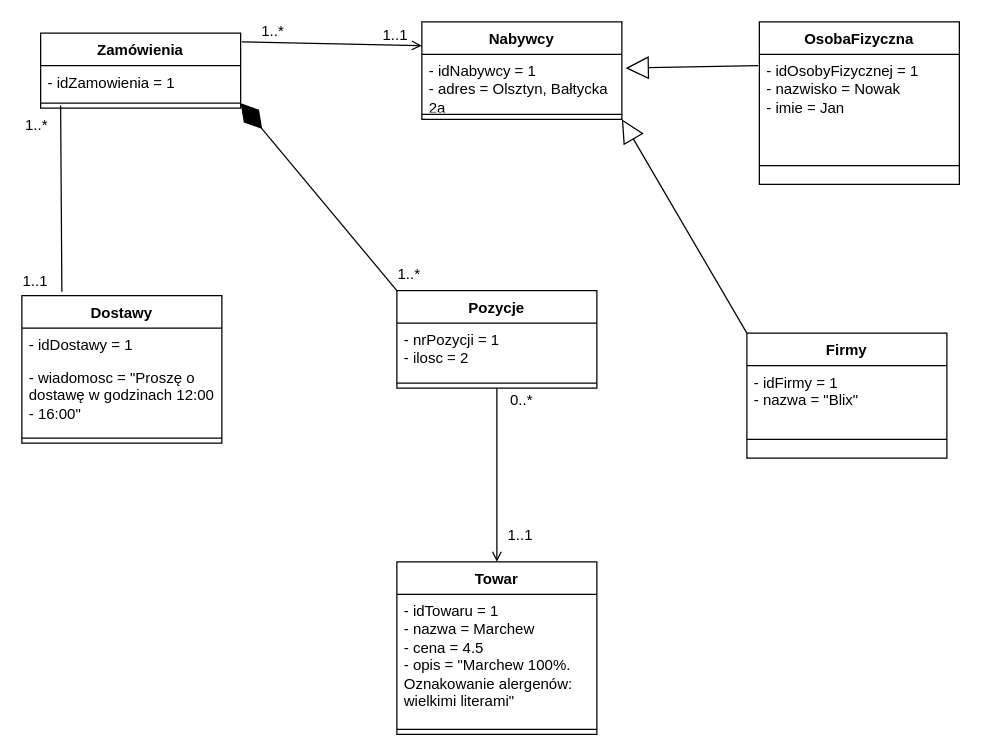
Earlier version of the draw.io diagram 5/DO.drawio (Tarik-Alaiwi-dev/PSI-Docs). Source tidied: cells renumbered, new cells numbered last; positions are measured from the earlier drawing's top-left corner, leaving out a move shared by most shapes. Both pictures are drawn from the tidied source at 125%, with x=0, y=0 at pixel (21, 21).
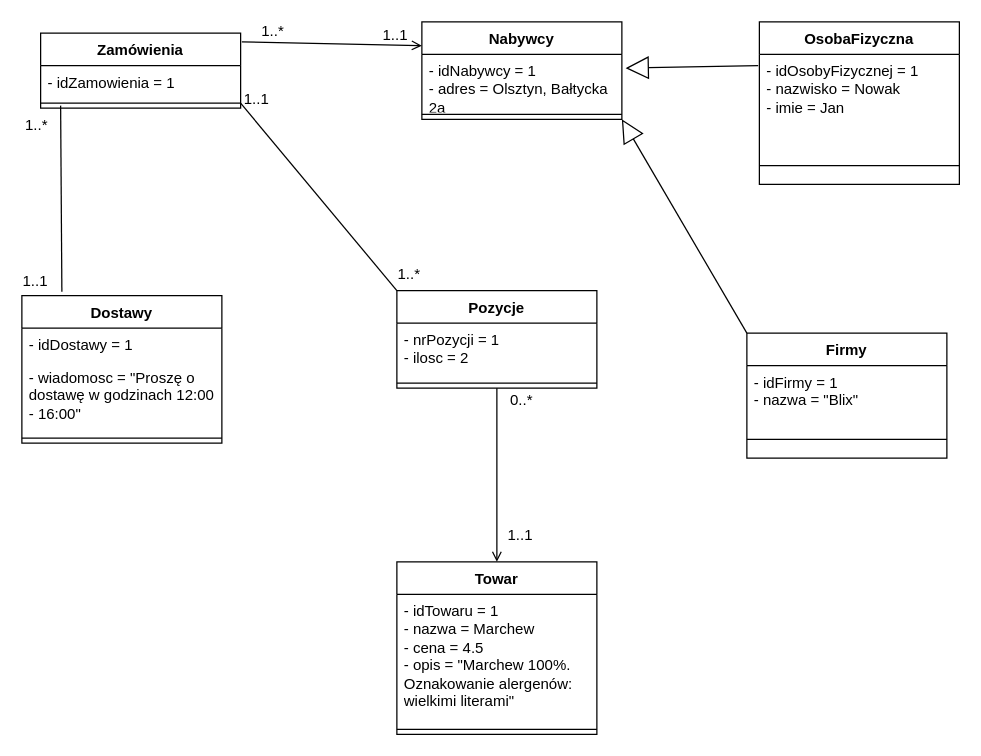
The same page after the edit.

The change refers to these unchanged cells:
```xml
<mxCell id="3" value="- idZamowienia = 1" style="text;strokeColor=none;fillColor=none;align=left;verticalAlign=top;spacingLeft=4;spacingRight=4;overflow=hidden;points=[[0,0.5],[1,0.5]];portConstraint=eastwest;whiteSpace=wrap;html=1;" parent="2" vertex="1">
  <mxGeometry y="26" width="160" height="26" as="geometry" />
</mxCell>
<mxCell id="18" value="Pozycje" style="swimlane;fontStyle=1;align=center;verticalAlign=top;horizontal=1;startSize=26;whiteSpace=wrap;html=1;" parent="1" vertex="1">
  <mxGeometry x="300" y="215" width="160" height="78" as="geometry" />
</mxCell>
```

Change to the diagram source:
```diff
@@
-    <mxCell id="35" style="endArrow=diamondThin;endFill=1;endSize=24;html=1;rounded=0;exitX=0;exitY=0;exitDx=0;exitDy=0;entryX=1;entryY=1.154;entryDx=0;entryDy=0;entryPerimeter=0;" parent="1" edge="1" source="18" target="3">
+    <mxCell id="35" style="endArrow=none;endFill=0;endSize=24;html=1;rounded=0;exitX=0;exitY=0;exitDx=0;exitDy=0;entryX=1;entryY=1.154;entryDx=0;entryDy=0;entryPerimeter=0;" parent="1" edge="1" source="18" target="3">
       <mxGeometry relative="1" as="geometry" />
     </mxCell>
@@
+    <mxCell id="37" value="1..1" style="html=1;whiteSpace=wrap;align=right;verticalAlign=bottom;" parent="1" vertex="1">
+      <mxGeometry x="330" y="220" as="geometry">
+        <mxPoint x="-131" y="-150" as="offset" />
+      </mxGeometry>
+    </mxCell>
```
